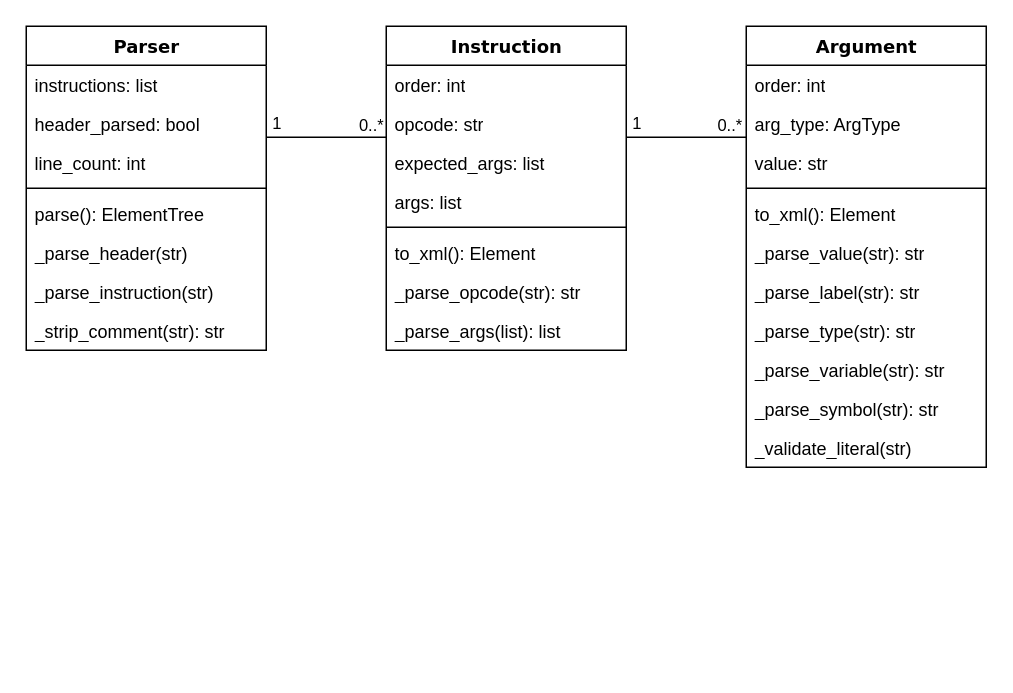
This is doc/class-diagram.drawio from mv02/ipp-proj1, a draw.io file, before an edit. Source tidied: cells renumbered, new cells numbered last; positions are measured from the earlier drawing's top-left corner, leaving out a move shared by most shapes. Both pictures are drawn from the tidied source at 150%, with x=0, y=0 at pixel (26, 26).
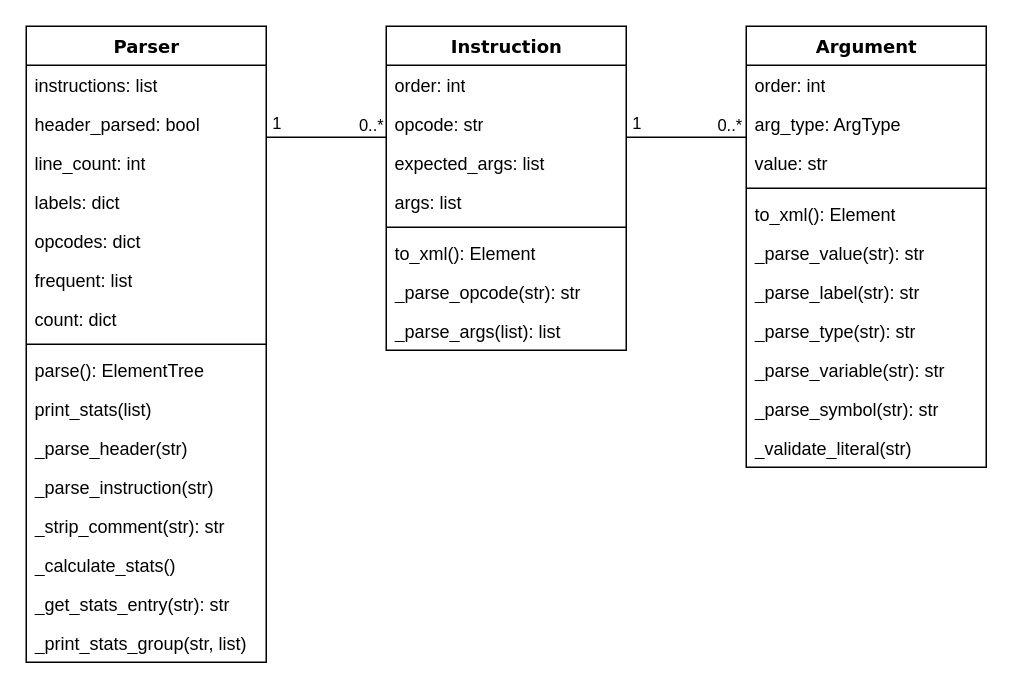
The same diagram, later.

Change to the diagram source:
```diff
@@
     <mxCell id="5" value="Parser" style="swimlane;html=1;fontStyle=1;align=center;verticalAlign=top;horizontal=1;startSize=26;swimlaneFillColor=#ffffff;rounded=0;shadow=0;comic=0;labelBackgroundColor=none;strokeWidth=1;fontFamily=Verdana;fontSize=12;" parent="1" vertex="1">
-      <mxGeometry width="160" height="216" as="geometry" />
+      <mxGeometry width="160" height="424" as="geometry" />
     </mxCell>
@@
+    <mxCell id="38" value="line_count: int" style="text;html=1;strokeColor=none;fillColor=none;align=left;verticalAlign=top;spacingLeft=4;spacingRight=4;whiteSpace=wrap;overflow=hidden;" parent="5" vertex="1">
+      <mxGeometry y="78" width="160" height="26" as="geometry" />
+    </mxCell>
+    <mxCell id="39" value="labels: dict" style="text;html=1;strokeColor=none;fillColor=none;align=left;verticalAlign=top;spacingLeft=4;spacingRight=4;whiteSpace=wrap;overflow=hidden;" parent="5" vertex="1">
+      <mxGeometry y="104" width="160" height="26" as="geometry" />
+    </mxCell>
+    <mxCell id="40" value="opcodes: dict" style="text;html=1;strokeColor=none;fillColor=none;align=left;verticalAlign=top;spacingLeft=4;spacingRight=4;whiteSpace=wrap;overflow=hidden;" parent="5" vertex="1">
+      <mxGeometry y="130" width="160" height="26" as="geometry" />
+    </mxCell>
+    <mxCell id="41" value="frequent: list" style="text;html=1;strokeColor=none;fillColor=none;align=left;verticalAlign=top;spacingLeft=4;spacingRight=4;whiteSpace=wrap;overflow=hidden;" parent="5" vertex="1">
+      <mxGeometry y="156" width="160" height="26" as="geometry" />
+    </mxCell>
-    <mxCell id="8" value="line_count: int" style="text;html=1;strokeColor=none;fillColor=none;align=left;verticalAlign=top;spacingLeft=4;spacingRight=4;whiteSpace=wrap;overflow=hidden;" parent="5" vertex="1">
-      <mxGeometry y="78" width="160" height="26" as="geometry" />
+    <mxCell id="8" value="count: dict" style="text;html=1;strokeColor=none;fillColor=none;align=left;verticalAlign=top;spacingLeft=4;spacingRight=4;whiteSpace=wrap;overflow=hidden;" parent="5" vertex="1">
+      <mxGeometry y="182" width="160" height="26" as="geometry" />
     </mxCell>
     <mxCell id="9" style="line;html=1;strokeWidth=1;fillColor=none;align=left;verticalAlign=middle;spacingTop=-1;spacingLeft=3;spacingRight=3;labelPosition=right;" parent="5" vertex="1">
-      <mxGeometry y="104" width="160" height="8" as="geometry" />
+      <mxGeometry y="208" width="160" height="8" as="geometry" />
     </mxCell>
+    <mxCell id="42" value="parse(): ElementTree" style="text;html=1;strokeColor=none;fillColor=none;align=left;verticalAlign=top;spacingLeft=4;spacingRight=4;whiteSpace=wrap;overflow=hidden;" parent="5" vertex="1">
+      <mxGeometry y="216" width="160" height="26" as="geometry" />
+    </mxCell>
-    <mxCell id="10" value="parse(): ElementTree" style="text;html=1;strokeColor=none;fillColor=none;align=left;verticalAlign=top;spacingLeft=4;spacingRight=4;whiteSpace=wrap;overflow=hidden;" parent="5" vertex="1">
-      <mxGeometry y="112" width="160" height="26" as="geometry" />
+    <mxCell id="10" value="print_stats(list)" style="text;html=1;strokeColor=none;fillColor=none;align=left;verticalAlign=top;spacingLeft=4;spacingRight=4;whiteSpace=wrap;overflow=hidden;" parent="5" vertex="1">
+      <mxGeometry y="242" width="160" height="26" as="geometry" />
     </mxCell>
     <mxCell id="11" value="_parse_header(str)" style="text;html=1;strokeColor=none;fillColor=none;align=left;verticalAlign=top;spacingLeft=4;spacingRight=4;whiteSpace=wrap;overflow=hidden;" parent="5" vertex="1">
-      <mxGeometry y="138" width="160" height="26" as="geometry" />
+      <mxGeometry y="268" width="160" height="26" as="geometry" />
     </mxCell>
     <mxCell id="12" value="_parse_instruction(str)" style="text;html=1;strokeColor=none;fillColor=none;align=left;verticalAlign=top;spacingLeft=4;spacingRight=4;whiteSpace=wrap;overflow=hidden;" parent="5" vertex="1">
-      <mxGeometry y="164" width="160" height="26" as="geometry" />
+      <mxGeometry y="294" width="160" height="26" as="geometry" />
     </mxCell>
+    <mxCell id="43" value="_strip_comment(str): str" style="text;html=1;strokeColor=none;fillColor=none;align=left;verticalAlign=top;spacingLeft=4;spacingRight=4;whiteSpace=wrap;overflow=hidden;" parent="5" vertex="1">
+      <mxGeometry y="320" width="160" height="26" as="geometry" />
+    </mxCell>
+    <mxCell id="44" value="_calculate_stats()" style="text;html=1;strokeColor=none;fillColor=none;align=left;verticalAlign=top;spacingLeft=4;spacingRight=4;whiteSpace=wrap;overflow=hidden;" parent="5" vertex="1">
+      <mxGeometry y="346" width="160" height="26" as="geometry" />
+    </mxCell>
+    <mxCell id="45" value="_get_stats_entry(str): str" style="text;html=1;strokeColor=none;fillColor=none;align=left;verticalAlign=top;spacingLeft=4;spacingRight=4;whiteSpace=wrap;overflow=hidden;" parent="5" vertex="1">
+      <mxGeometry y="372" width="160" height="26" as="geometry" />
+    </mxCell>
-    <mxCell id="13" value="_strip_comment(str): str" style="text;html=1;strokeColor=none;fillColor=none;align=left;verticalAlign=top;spacingLeft=4;spacingRight=4;whiteSpace=wrap;overflow=hidden;" parent="5" vertex="1">
-      <mxGeometry y="190" width="160" height="26" as="geometry" />
+    <mxCell id="13" value="_print_stats_group(str, list)" style="text;html=1;strokeColor=none;fillColor=none;align=left;verticalAlign=top;spacingLeft=4;spacingRight=4;whiteSpace=wrap;overflow=hidden;" parent="5" vertex="1">
+      <mxGeometry y="398" width="160" height="26" as="geometry" />
     </mxCell>
```
